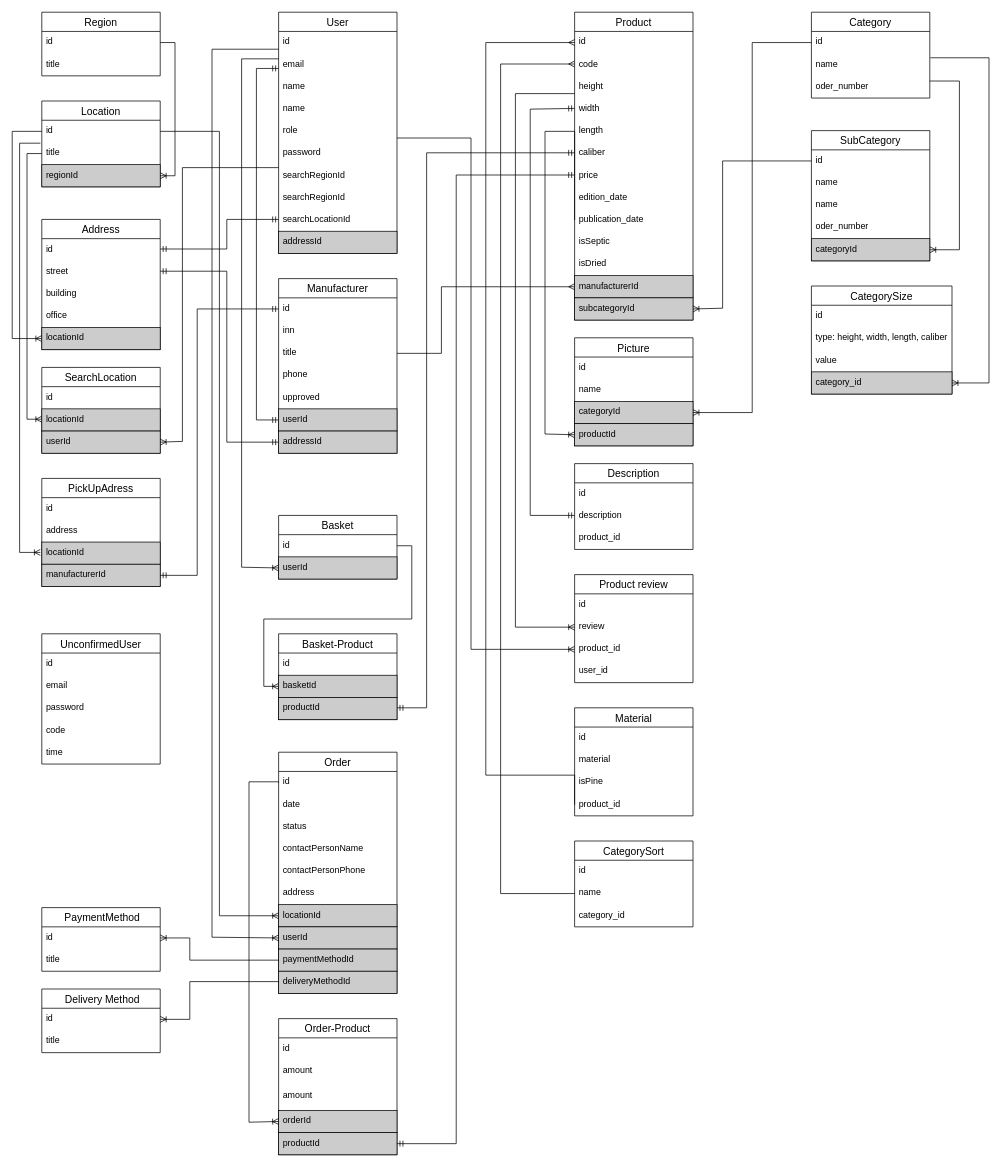
Above: lesopilka.drawio in alexeyk500/lesopilka_backend (draw.io), before the change. Source tidied: cells renumbered, new cells numbered last; positions are measured from the earlier drawing's top-left corner, leaving out a move shared by most shapes. Both pictures are drawn from the tidied source at 74%, with x=0, y=0 at pixel (12, 12).
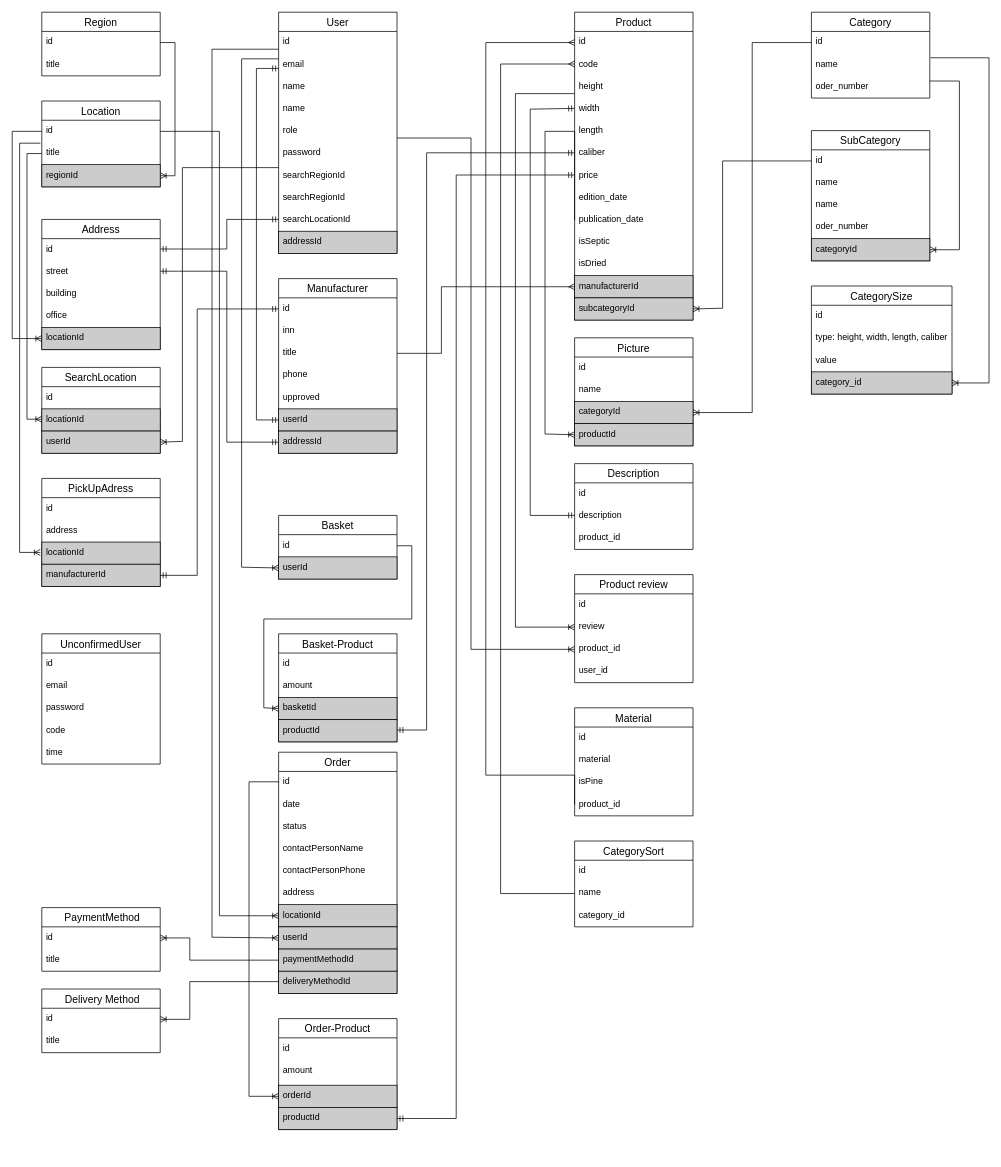
The same diagram, later.

The change refers to these unchanged cells:
```xml
<mxCell id="27" value="id" style="text;strokeColor=none;fillColor=none;spacingLeft=4;spacingRight=4;overflow=hidden;points=[[0,0.5],[1,0.5]];portConstraint=eastwest;fontSize=12;" parent="26" vertex="1">
  <mxGeometry y="26" width="160" height="30" as="geometry" />
</mxCell>
<mxCell id="125" value="id" style="text;strokeColor=none;fillColor=none;spacingLeft=4;spacingRight=4;overflow=hidden;points=[[0,0.5],[1,0.5]];portConstraint=eastwest;fontSize=12;" parent="124" vertex="1">
  <mxGeometry y="26" width="160" height="30" as="geometry" />
</mxCell>
```

Change to the diagram source:
```diff
@@
     <mxCell id="48" style="edgeStyle=orthogonalEdgeStyle;fontSize=12;html=1;endArrow=ERoneToMany;rounded=0;fontFamily=Helvetica;fontColor=default;entryX=0;entryY=0.5;entryDx=0;entryDy=0;exitX=1;exitY=0.5;exitDx=0;exitDy=0;" parent="1" edge="1" source="27" target="121">
       <mxGeometry relative="1" as="geometry">
         <Array as="points">
           <mxPoint x="540" y="721" />
           <mxPoint x="540" y="820" />
           <mxPoint x="340" y="820" />
-          <mxPoint x="340" y="911" />
+          <mxPoint x="340" y="940" />
         </Array>
       </mxGeometry>
     </mxCell>
@@
     <mxCell id="119" value="Basket-Product" style="swimlane;fontStyle=0;horizontal=1;startSize=26;align=center;fontSize=14;" parent="1" vertex="1">
-      <mxGeometry x="360" y="840" width="160" height="116" as="geometry" />
+      <mxGeometry x="360" y="840" width="160" height="146" as="geometry" />
     </mxCell>
@@
+    <mxCell id="139" value="amount" style="text;strokeColor=none;fillColor=none;spacingLeft=4;spacingRight=4;overflow=hidden;fontSize=12;" parent="119" vertex="1">
+      <mxGeometry y="56" width="160" height="30" as="geometry" />
+    </mxCell>
     <mxCell id="121" value="basketId&#10;" style="text;spacingLeft=4;spacingRight=4;overflow=hidden;points=[[0,0.5],[1,0.5]];portConstraint=eastwest;fontSize=12;fillColor=#CCCCCC;strokeColor=default;" parent="119" vertex="1">
-      <mxGeometry y="56" width="160" height="30" as="geometry" />
+      <mxGeometry y="86" width="160" height="30" as="geometry" />
     </mxCell>
     <mxCell id="122" value="productId&#10;" style="text;spacingLeft=4;spacingRight=4;overflow=hidden;fontSize=12;fillColor=#CCCCCC;strokeColor=default;" parent="119" vertex="1">
-      <mxGeometry y="86" width="160" height="30" as="geometry" />
+      <mxGeometry y="116" width="160" height="30" as="geometry" />
     </mxCell>
     <mxCell id="123" style="edgeStyle=orthogonalEdgeStyle;fontSize=12;html=1;endArrow=ERmandOne;startArrow=ERmandOne;rounded=0;" parent="1" edge="1">
       <mxGeometry relative="1" as="geometry">
-        <mxPoint x="520" y="940" as="sourcePoint" />
+        <mxPoint x="520" y="970" as="sourcePoint" />
         <mxPoint x="760" y="190" as="targetPoint" />
         <Array as="points">
-          <mxPoint x="560" y="940" />
+          <mxPoint x="560" y="970" />
           <mxPoint x="560" y="190" />
         </Array>
       </mxGeometry>
     </mxCell>
@@
     <mxCell id="136" value="Order-Product" style="swimlane;fontStyle=0;horizontal=1;startSize=26;align=center;fontSize=14;" parent="1" vertex="1">
-      <mxGeometry x="360" y="1360" width="160" height="184" as="geometry" />
+      <mxGeometry x="360" y="1360" width="160" height="150" as="geometry" />
     </mxCell>
@@
-    <mxCell id="139" value="amount" style="text;strokeColor=none;fillColor=none;spacingLeft=4;spacingRight=4;overflow=hidden;fontSize=12;" parent="136" vertex="1">
-      <mxGeometry y="90" width="160" height="34" as="geometry" />
-    </mxCell>
     <mxCell id="140" value="orderId&#10;" style="text;spacingLeft=4;spacingRight=4;overflow=hidden;points=[[0,0.5],[1,0.5]];portConstraint=eastwest;fontSize=12;fillColor=#CCCCCC;strokeColor=default;" parent="136" vertex="1">
-      <mxGeometry y="124" width="160" height="30" as="geometry" />
+      <mxGeometry y="90" width="160" height="30" as="geometry" />
     </mxCell>
     <mxCell id="141" value="productId" style="text;spacingLeft=4;spacingRight=4;overflow=hidden;points=[[0,0.5],[1,0.5]];portConstraint=eastwest;fontSize=12;fillColor=#CCCCCC;strokeColor=default;" parent="136" vertex="1">
-      <mxGeometry y="154" width="160" height="30" as="geometry" />
+      <mxGeometry y="120" width="160" height="30" as="geometry" />
     </mxCell>
@@
     <mxCell id="148" style="edgeStyle=orthogonalEdgeStyle;fontSize=12;html=1;endArrow=ERoneToMany;rounded=0;exitX=0;exitY=0.5;exitDx=0;exitDy=0;entryX=0;entryY=0.5;entryDx=0;entryDy=0;" parent="1" edge="1" source="125" target="140">
       <mxGeometry relative="1" as="geometry">
         <Array as="points">
           <mxPoint x="360" y="1040" />
           <mxPoint x="320" y="1040" />
-          <mxPoint x="320" y="1500" />
+          <mxPoint x="320" y="1465" />
         </Array>
       </mxGeometry>
     </mxCell>
@@
     <mxCell id="151" style="edgeStyle=orthogonalEdgeStyle;fontSize=12;html=1;endArrow=ERmandOne;startArrow=ERmandOne;rounded=0;exitX=1;exitY=0.5;exitDx=0;exitDy=0;" parent="1" edge="1" source="141">
       <mxGeometry relative="1" as="geometry">
         <mxPoint x="760" y="220" as="targetPoint" />
         <Array as="points">
-          <mxPoint x="600" y="1529" />
+          <mxPoint x="600" y="1495" />
           <mxPoint x="600" y="220" />
         </Array>
       </mxGeometry>
     </mxCell>
```
